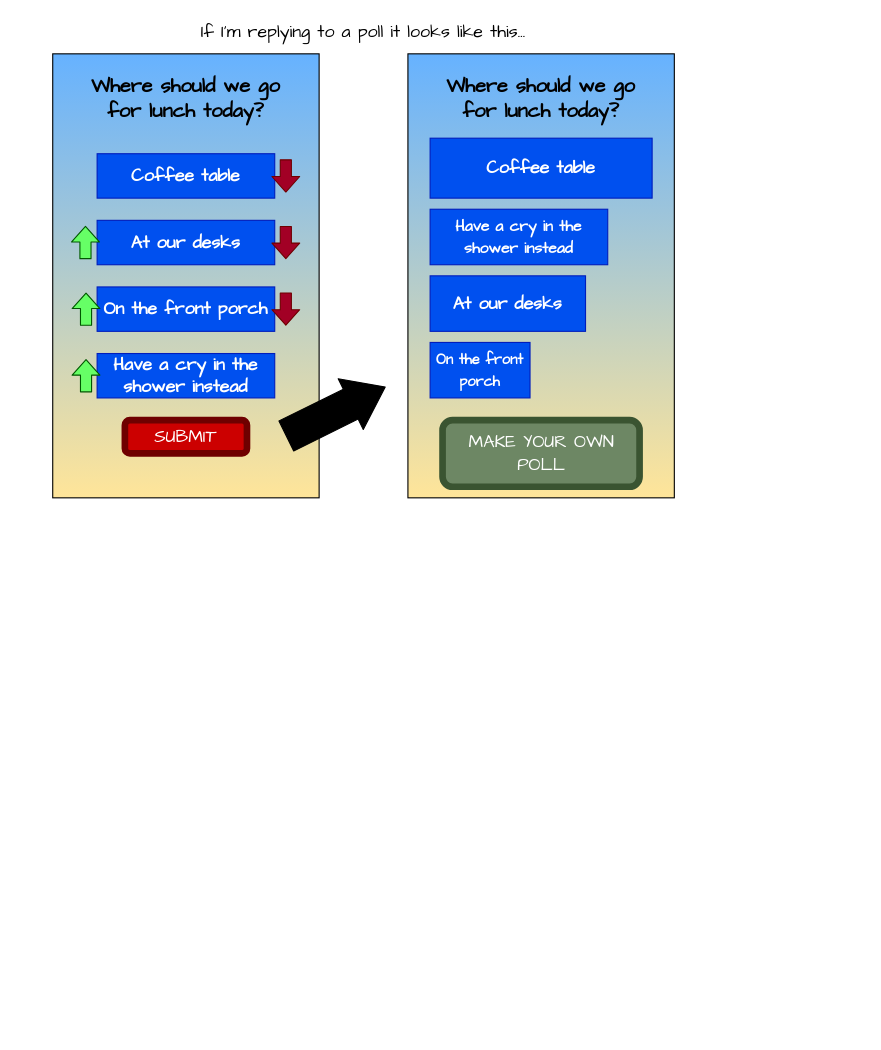
This is UI mockups first draft.drawio from gybubest/midterm, a draw.io file, before an edit. Source tidied: cells renumbered, new cells numbered last; positions are measured from the earlier drawing's top-left corner, leaving out a move shared by most shapes. Both pictures are drawn from the tidied source at 111%, with x=0, y=0 at pixel (52, 20).
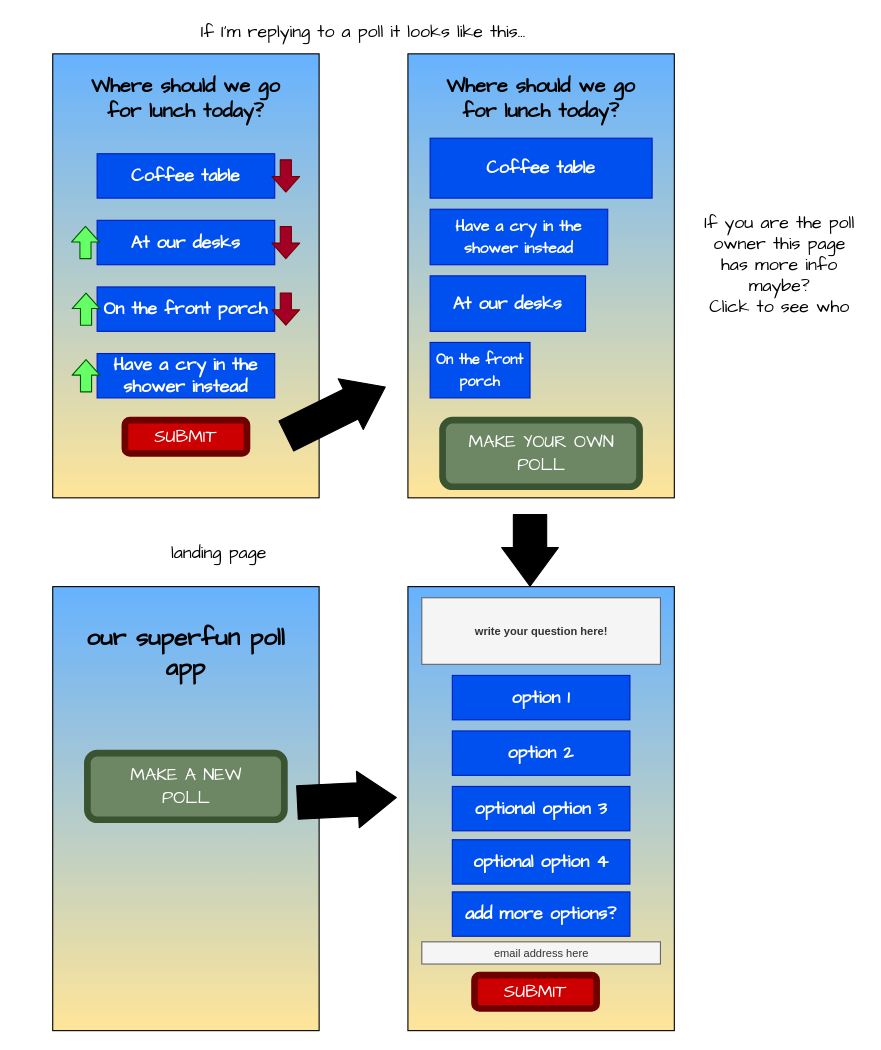
Above is the later version.

The edit, as a diff of the source:
```diff
@@
+    <mxCell id="26" style="rounded=0;whiteSpace=wrap;html=1;fillColor=#FFE599;gradientDirection=north;gradientColor=#66B2FF;" parent="1" vertex="1">
+      <mxGeometry y="510" width="240" height="400" as="geometry" />
+    </mxCell>
+    <mxCell id="27" value="our superfun poll app" style="text;html=1;strokeColor=none;fillColor=none;align=center;verticalAlign=middle;whiteSpace=wrap;rounded=0;fontFamily=Comic Sans MS;fontSize=22;fontStyle=1;" parent="1" vertex="1">
+      <mxGeometry x="20" y="530" width="200" height="80" as="geometry" />
+    </mxCell>
+    <mxCell id="28" value="landing page" style="text;html=1;strokeColor=none;fillColor=none;align=center;verticalAlign=middle;whiteSpace=wrap;rounded=0;fontFamily=Comic Sans MS;fontSize=16;" parent="1" vertex="1">
+      <mxGeometry x="-30" y="470" width="360" height="20" as="geometry" />
+    </mxCell>
+    <mxCell id="29" style="rounded=1;whiteSpace=wrap;html=1;fontFamily=Comic Sans MS;fontSize=16;fontColor=#ffffff;strokeColor=#3A5431;strokeWidth=6;fillColor=#6d8764;" parent="1" vertex="1">
+      <mxGeometry x="31.2" y="660" width="177.5" height="60" as="geometry" />
+    </mxCell>
+    <mxCell id="30" value="MAKE A NEW POLL" style="text;html=1;strokeColor=none;fillColor=none;align=center;verticalAlign=middle;whiteSpace=wrap;rounded=0;fontFamily=Comic Sans MS;fontSize=16;fontColor=#FFFFFF;" parent="1" vertex="1">
+      <mxGeometry x="47.5" y="680" width="145" height="20" as="geometry" />
+    </mxCell>
+    <mxCell id="31" style="shape=flexArrow;endArrow=classic;html=1;fontFamily=Comic Sans MS;fontSize=16;fontColor=#FFFFFF;width=30;endSize=11.22;fillColor=#000000;" parent="1" edge="1">
+      <mxGeometry relative="1" as="geometry">
+        <mxPoint x="220" y="704.5" as="sourcePoint" />
+        <mxPoint x="310" y="700" as="targetPoint" />
+      </mxGeometry>
+    </mxCell>
+    <mxCell id="32" style="shape=flexArrow;endArrow=classic;html=1;fontFamily=Comic Sans MS;fontSize=16;fontColor=#FFFFFF;width=30;endSize=11.22;fillColor=#000000;" parent="1" edge="1">
+      <mxGeometry relative="1" as="geometry">
+        <mxPoint x="430" y="444.5" as="sourcePoint" />
+        <mxPoint x="430" y="510" as="targetPoint" />
+      </mxGeometry>
+    </mxCell>
+    <mxCell id="33" style="rounded=0;whiteSpace=wrap;html=1;fillColor=#FFE599;gradientDirection=north;gradientColor=#66B2FF;" parent="1" vertex="1">
+      <mxGeometry x="320" y="510" width="240" height="400" as="geometry" />
+    </mxCell>
+    <mxCell id="34" value="option 1" style="text;html=1;strokeColor=#001DBC;fillColor=#0050ef;align=center;verticalAlign=middle;whiteSpace=wrap;rounded=0;fontFamily=Comic Sans MS;fontColor=#ffffff;fontStyle=1;fontSize=16;" parent="1" vertex="1">
+      <mxGeometry x="360" y="590" width="160" height="40" as="geometry" />
+    </mxCell>
+    <mxCell id="35" value="option 2" style="text;html=1;strokeColor=#001DBC;fillColor=#0050ef;align=center;verticalAlign=middle;whiteSpace=wrap;rounded=0;fontFamily=Comic Sans MS;fontColor=#ffffff;fontStyle=1;fontSize=16;" parent="1" vertex="1">
+      <mxGeometry x="360" y="640" width="160" height="40" as="geometry" />
+    </mxCell>
+    <mxCell id="36" value="optional option 3" style="text;html=1;strokeColor=#001DBC;fillColor=#0050ef;align=center;verticalAlign=middle;whiteSpace=wrap;rounded=0;fontFamily=Comic Sans MS;fontColor=#ffffff;fontStyle=1;fontSize=16;" parent="1" vertex="1">
+      <mxGeometry x="360" y="690" width="160" height="40" as="geometry" />
+    </mxCell>
+    <mxCell id="37" value="optional option 4" style="text;html=1;strokeColor=#001DBC;fillColor=#0050ef;align=center;verticalAlign=middle;whiteSpace=wrap;rounded=0;fontFamily=Comic Sans MS;fontColor=#ffffff;fontStyle=1;fontSize=16;" parent="1" vertex="1">
+      <mxGeometry x="360" y="738" width="160" height="40" as="geometry" />
+    </mxCell>
+    <mxCell id="38" value="add more options?" style="text;html=1;strokeColor=#001DBC;fillColor=#0050ef;align=center;verticalAlign=middle;whiteSpace=wrap;rounded=0;fontFamily=Comic Sans MS;fontColor=#ffffff;fontStyle=1;fontSize=16;" parent="1" vertex="1">
+      <mxGeometry x="360" y="785" width="160" height="40" as="geometry" />
+    </mxCell>
+    <mxCell id="39" style="rounded=1;whiteSpace=wrap;html=1;fontFamily=Comic Sans MS;fontSize=16;fontColor=#ffffff;strokeColor=#6F0000;strokeWidth=6;fillColor=#CC0000;" parent="1" vertex="1">
+      <mxGeometry x="380" y="860" width="110" height="30" as="geometry" />
+    </mxCell>
+    <mxCell id="40" value="SUBMIT" style="text;html=1;strokeColor=none;fillColor=none;align=center;verticalAlign=middle;whiteSpace=wrap;rounded=0;fontFamily=Comic Sans MS;fontSize=16;fontColor=#FFFFFF;" parent="1" vertex="1">
+      <mxGeometry x="415" y="865" width="40" height="20" as="geometry" />
+    </mxCell>
+    <mxCell id="41" value="&lt;h2 style=&quot;font-size: 10px&quot;&gt;write your question here!&lt;br&gt;&lt;/h2&gt;" style="text;html=1;strokeColor=#666666;fillColor=#f5f5f5;align=center;verticalAlign=middle;whiteSpace=wrap;rounded=0;labelBorderColor=none;fontColor=#333333;fontSize=10;" parent="1" vertex="1">
+      <mxGeometry x="332.5" y="520" width="215" height="60" as="geometry" />
+    </mxCell>
+    <mxCell id="42" value="email address here" style="text;html=1;strokeColor=#666666;fillColor=#f5f5f5;align=center;verticalAlign=middle;whiteSpace=wrap;rounded=0;labelBorderColor=none;fontColor=#333333;fontSize=10;" parent="1" vertex="1">
+      <mxGeometry x="332.5" y="830" width="215" height="20" as="geometry" />
+    </mxCell>
+    <mxCell id="43" value="If you are the poll&lt;br&gt;&lt;div&gt;owner this page has more info maybe?&lt;/div&gt;&lt;div&gt;Click to see who &lt;br&gt; &lt;/div&gt;" style="text;html=1;strokeColor=none;fillColor=none;align=center;verticalAlign=middle;whiteSpace=wrap;rounded=0;fontFamily=Comic Sans MS;fontSize=16;" parent="1" vertex="1">
+      <mxGeometry x="580" y="110" width="150" height="220" as="geometry" />
+    </mxCell>
```
